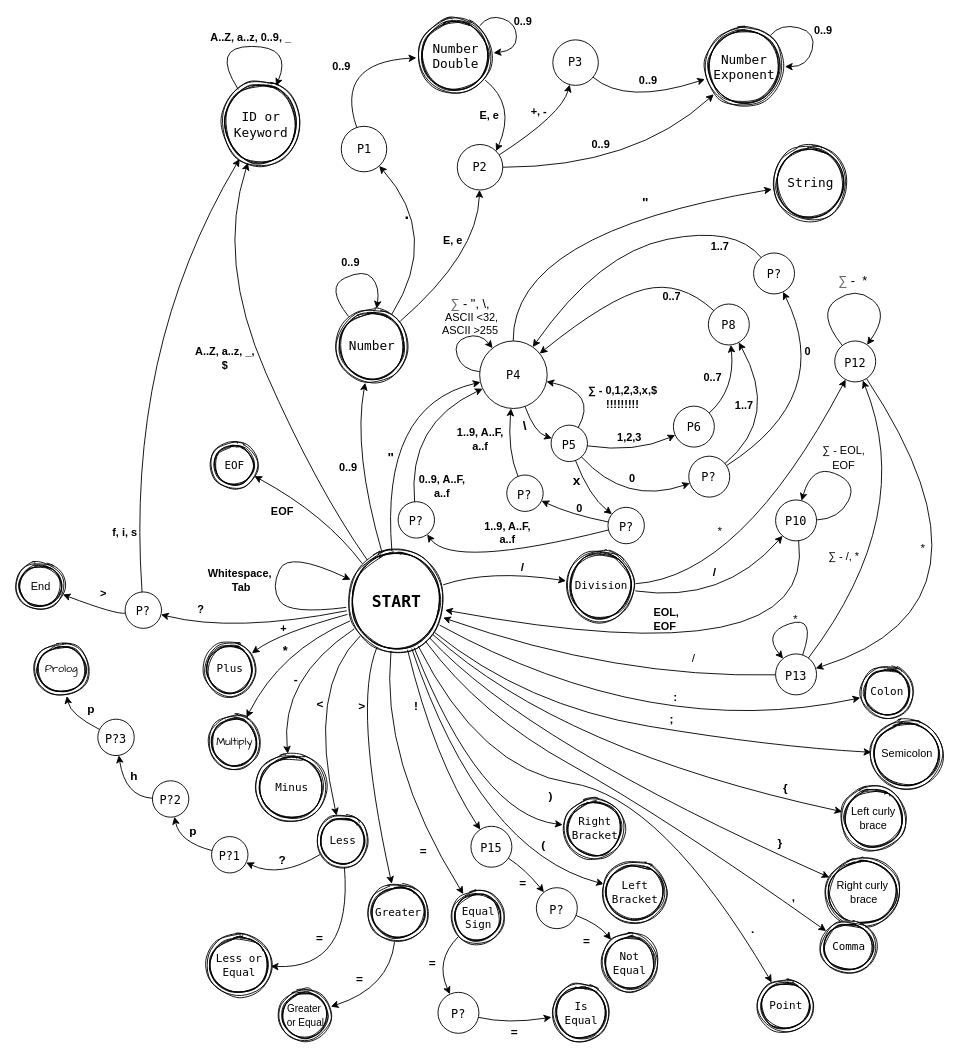
This is finite-state-machine.drawio from VileDeg/ifj22, a draw.io file, before an edit. Source tidied: cells renumbered, new cells numbered last; positions are measured from the earlier drawing's top-left corner, leaving out a move shared by most shapes. Both pictures are drawn from the tidied source at 91%, with x=0, y=0 at pixel (15, 14).
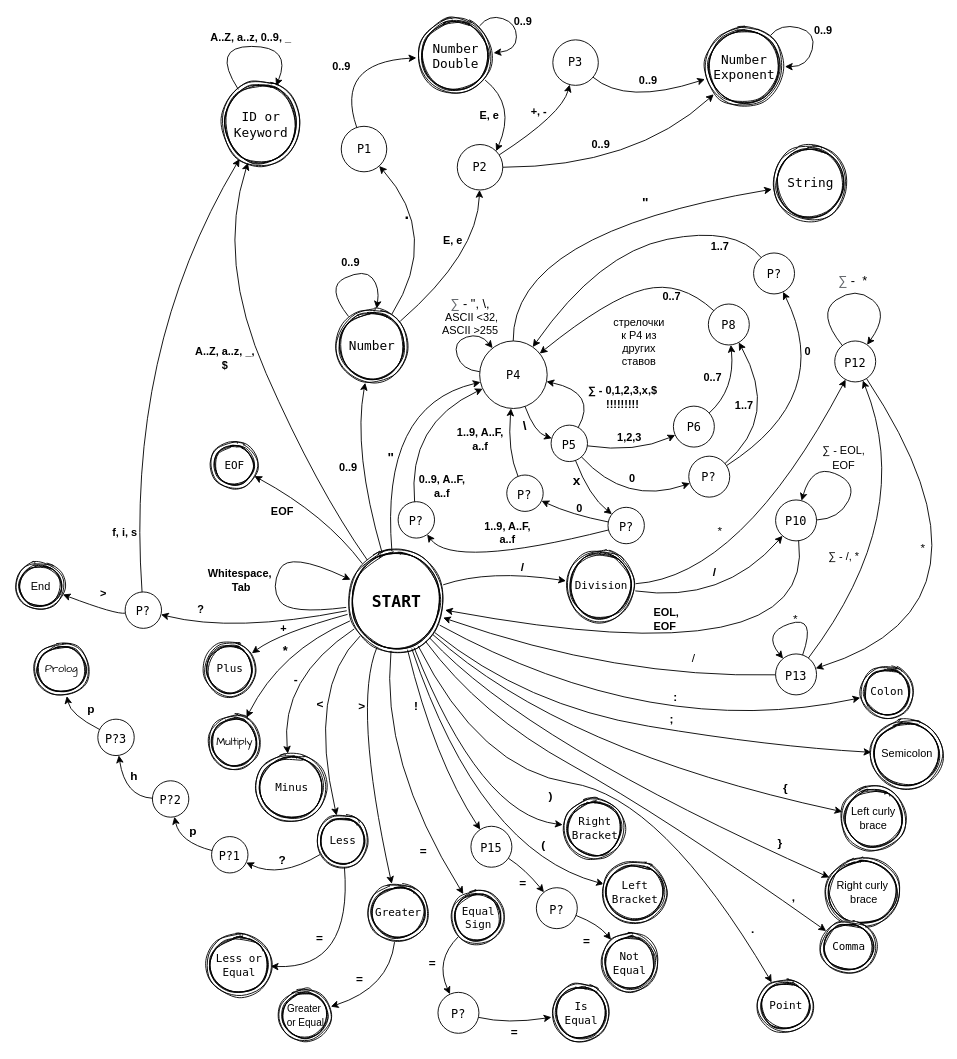
The same diagram, later.

What changed in the source:
```diff
@@
+    <mxCell id="193" value="стрелочки к P4 из других ставов" style="text;html=1;strokeColor=none;fillColor=none;align=center;verticalAlign=middle;whiteSpace=wrap;rounded=0;" parent="1" vertex="1">
+      <mxGeometry x="655" y="345" width="60" height="30" as="geometry" />
+    </mxCell>
```
